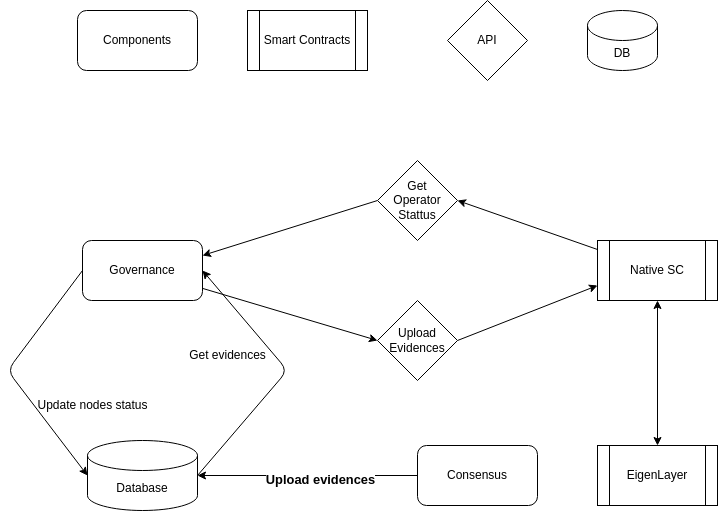
Earlier version of the draw.io export docs/governance.drawio.png (Lagrange-Labs/lsc-node). Source tidied: cells renumbered, new cells last; positions are measured from the earlier drawing's top-left corner, leaving out a move shared by most shapes.
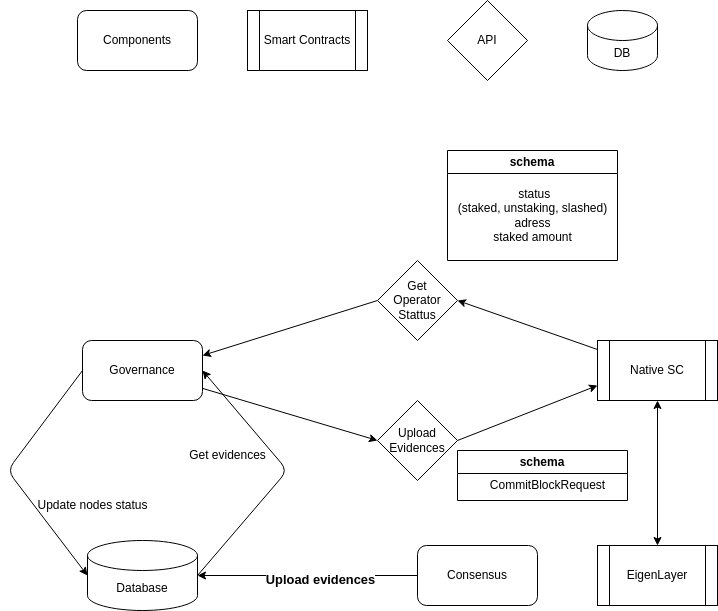
After the change.

Diff of the diagram source:
```diff
@@ -3,13 +3,13 @@
     <mxCell id="0" />
     <mxCell id="1" parent="0" />
     <mxCell id="2" value="Components" style="rounded=1;whiteSpace=wrap;html=1;" parent="1" vertex="1">
-      <mxGeometry x="70" y="10" width="120" height="60" as="geometry" />
+      <mxGeometry x="70" y="-90" width="120" height="60" as="geometry" />
     </mxCell>
     <mxCell id="3" value="Smart Contracts" style="shape=process;whiteSpace=wrap;html=1;backgroundOutline=1;" parent="1" vertex="1">
-      <mxGeometry x="240" y="10" width="120" height="60" as="geometry" />
+      <mxGeometry x="240" y="-90" width="120" height="60" as="geometry" />
     </mxCell>
     <mxCell id="4" value="DB" style="shape=cylinder3;whiteSpace=wrap;html=1;boundedLbl=1;backgroundOutline=1;size=15;" parent="1" vertex="1">
-      <mxGeometry x="580" y="10" width="70" height="60" as="geometry" />
+      <mxGeometry x="580" y="-90" width="70" height="60" as="geometry" />
     </mxCell>
     <mxCell id="5" style="edgeStyle=none;html=1;entryX=0;entryY=0.5;entryDx=0;entryDy=0;entryPerimeter=0;exitX=0;exitY=0.5;exitDx=0;exitDy=0;" parent="1" edge="1" source="7" target="12">
       <mxGeometry relative="1" as="geometry">
@@ -52,20 +52,24 @@
     <mxCell id="15" style="edgeStyle=none;html=1;exitX=0.5;exitY=1;exitDx=0;exitDy=0;entryX=0.5;entryY=0;entryDx=0;entryDy=0;startArrow=classic;startFill=1;" parent="1" edge="1" source="17" target="19">
       <mxGeometry relative="1" as="geometry" />
     </mxCell>
-    <mxCell id="16" style="edgeStyle=none;html=1;entryX=1;entryY=0.5;entryDx=0;entryDy=0;startArrow=none;startFill=0;" parent="1" edge="1" source="17" target="21">
-      <mxGeometry relative="1" as="geometry" />
+    <mxCell id="16" style="edgeStyle=none;html=1;entryX=1;entryY=0.5;entryDx=0;entryDy=0;startArrow=none;startFill=0;" parent="1" edge="1" source="17">
+      <mxGeometry relative="1" as="geometry">
+        <mxPoint x="450" y="200" as="targetPoint" />
+      </mxGeometry>
     </mxCell>
     <mxCell id="17" value="Native SC" style="shape=process;whiteSpace=wrap;html=1;backgroundOutline=1;" parent="1" vertex="1">
       <mxGeometry x="590" y="240" width="120" height="60" as="geometry" />
     </mxCell>
     <mxCell id="18" value="API" style="rhombus;whiteSpace=wrap;html=1;" parent="1" vertex="1">
-      <mxGeometry x="440" width="80" height="80" as="geometry" />
+      <mxGeometry x="440" y="-100" width="80" height="80" as="geometry" />
     </mxCell>
     <mxCell id="19" value="EigenLayer" style="shape=process;whiteSpace=wrap;html=1;backgroundOutline=1;" parent="1" vertex="1">
       <mxGeometry x="590" y="445" width="120" height="60" as="geometry" />
     </mxCell>
-    <mxCell id="20" style="edgeStyle=none;html=1;entryX=1;entryY=0.25;entryDx=0;entryDy=0;startArrow=none;startFill=0;exitX=0;exitY=0.5;exitDx=0;exitDy=0;" parent="1" edge="1" source="21" target="7">
-      <mxGeometry relative="1" as="geometry" />
+    <mxCell id="20" style="edgeStyle=none;html=1;entryX=1;entryY=0.25;entryDx=0;entryDy=0;startArrow=none;startFill=0;exitX=0;exitY=0.5;exitDx=0;exitDy=0;" parent="1" edge="1" target="7">
+      <mxGeometry relative="1" as="geometry">
+        <mxPoint x="370" y="200" as="sourcePoint" />
+      </mxGeometry>
     </mxCell>
     <mxCell id="21" value="Get&lt;br&gt;Operator&lt;br&gt;Stattus" style="rhombus;whiteSpace=wrap;html=1;" parent="1" vertex="1">
       <mxGeometry x="370" y="160" width="80" height="80" as="geometry" />
@@ -76,5 +80,17 @@
     <mxCell id="23" value="Upload&lt;br&gt;Evidences" style="rhombus;whiteSpace=wrap;html=1;" parent="1" vertex="1">
       <mxGeometry x="370" y="300" width="80" height="80" as="geometry" />
     </mxCell>
+    <mxCell id="24" value="schema" style="swimlane;whiteSpace=wrap;html=1;" parent="1" vertex="1">
+      <mxGeometry x="440" y="50" width="170" height="110" as="geometry" />
+    </mxCell>
+    <mxCell id="25" value="&amp;nbsp;status&lt;br&gt;(staked, unstaking, slashed)&lt;br&gt;adress&lt;br&gt;staked amount" style="text;html=1;align=center;verticalAlign=middle;strokeColor=none;fillColor=none;" parent="24" vertex="1">
+      <mxGeometry y="30" width="170" height="70" as="geometry" />
+    </mxCell>
+    <mxCell id="26" value="schema" style="swimlane;whiteSpace=wrap;html=1;" parent="1" vertex="1">
+      <mxGeometry x="450" y="350" width="170" height="50" as="geometry" />
+    </mxCell>
+    <mxCell id="27" value="CommitBlockRequest" style="text;html=1;align=center;verticalAlign=middle;strokeColor=none;fillColor=none;" parent="26" vertex="1">
+      <mxGeometry x="20" y="20" width="140" height="30" as="geometry" />
+    </mxCell>
   </root>
 </mxGraphModel>
```
